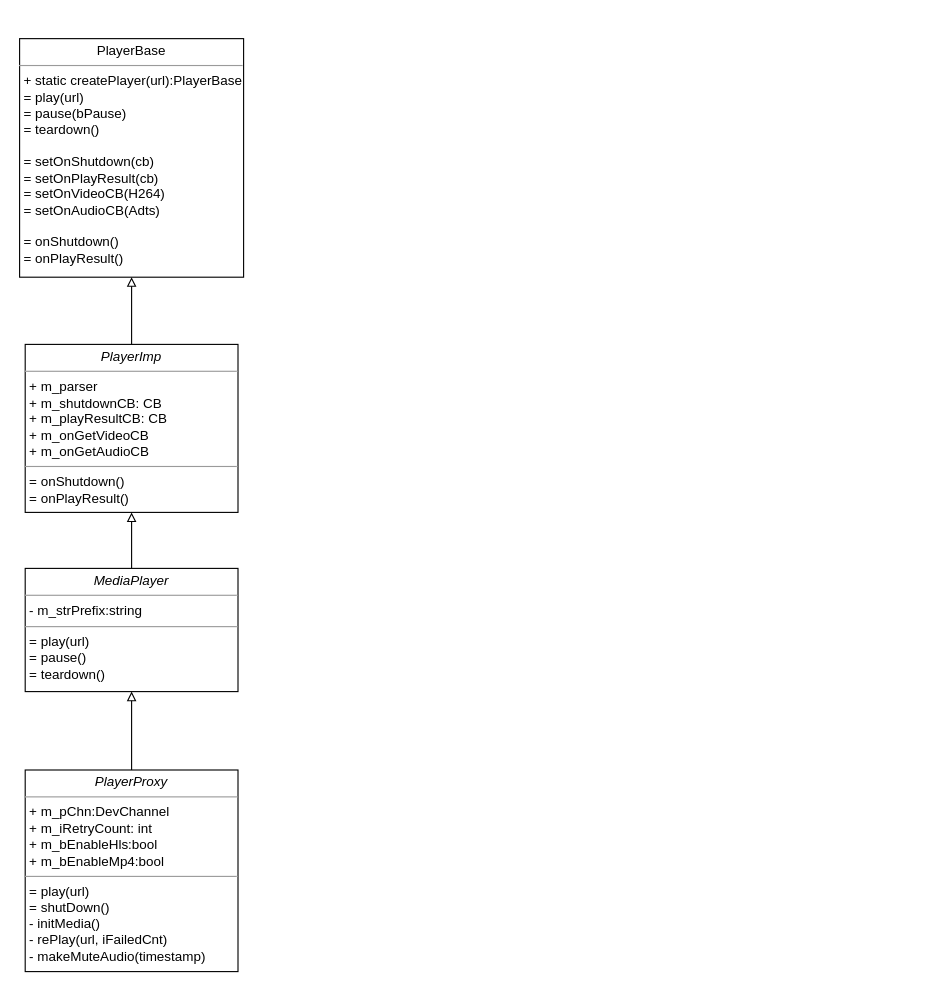
The draw.io diagram 未命名绘图.drawio in ZlatanWoody/study_alg, before the edit. Source tidied: cells renumbered, new cells numbered last; positions are measured from the earlier drawing's top-left corner, leaving out a move shared by most shapes. Both pictures are drawn from the tidied source at 112%, with x=0, y=0 at pixel (19, 38).
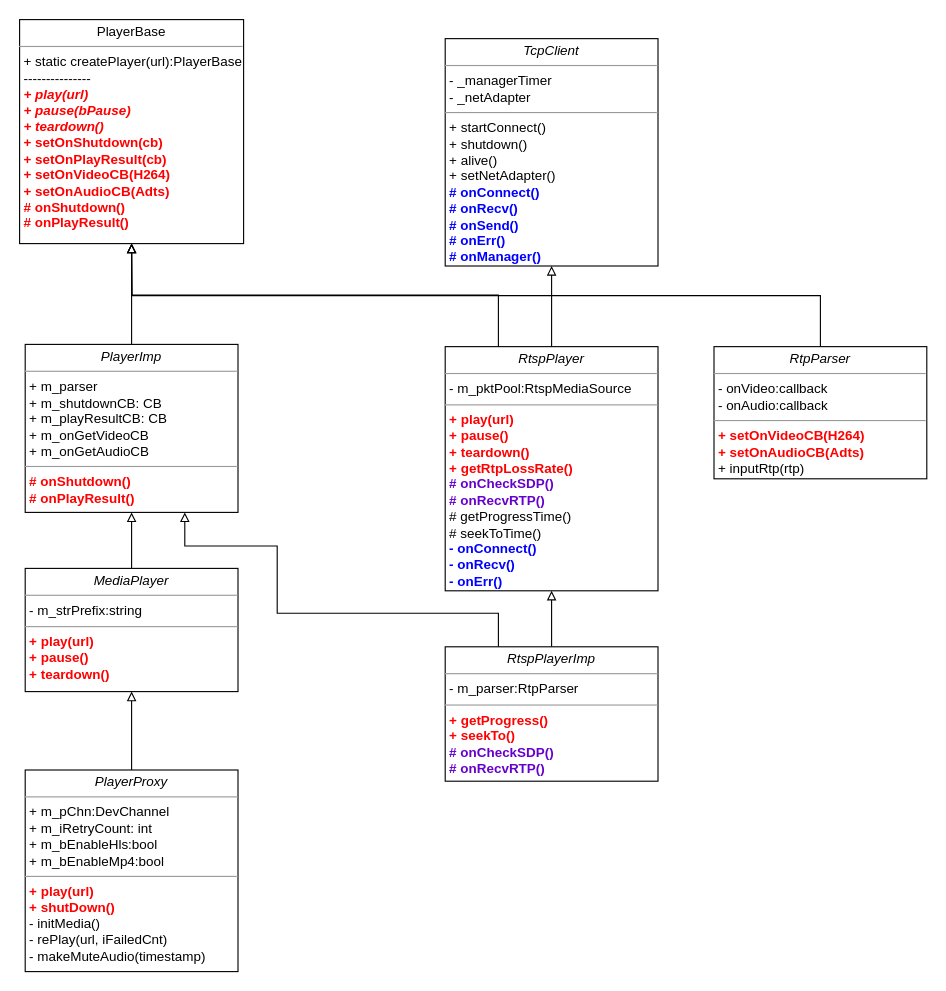
The same page after the edit.

Change to the diagram source:
```diff
@@
-    <mxCell id="2" value="&lt;p style=&quot;margin:0px;margin-top:4px;text-align:center;&quot;&gt;PlayerBase&lt;/p&gt;&lt;hr size=&quot;1&quot;&gt;&lt;p style=&quot;margin:0px;margin-left:4px;&quot;&gt;+ static createPlayer(url):PlayerBase&lt;/p&gt;&lt;p style=&quot;margin:0px;margin-left:4px;&quot;&gt;= play(url)&lt;br&gt;= pause(bPause)&lt;/p&gt;&lt;p style=&quot;margin:0px;margin-left:4px;&quot;&gt;= teardown()&lt;/p&gt;&lt;p style=&quot;margin:0px;margin-left:4px;&quot;&gt;&lt;br&gt;&lt;/p&gt;&lt;p style=&quot;margin:0px;margin-left:4px;&quot;&gt;= setOnShutdown(cb)&lt;/p&gt;&lt;p style=&quot;margin:0px;margin-left:4px;&quot;&gt;= setOnPlayResult(cb)&lt;/p&gt;&lt;p style=&quot;margin:0px;margin-left:4px;&quot;&gt;= setOnVideoCB(H264)&lt;/p&gt;&lt;p style=&quot;margin:0px;margin-left:4px;&quot;&gt;= setOnAudioCB(Adts)&lt;/p&gt;&lt;p style=&quot;margin:0px;margin-left:4px;&quot;&gt;&lt;br&gt;&lt;/p&gt;&lt;p style=&quot;margin:0px;margin-left:4px;&quot;&gt;= onShutdown()&lt;/p&gt;&lt;p style=&quot;margin:0px;margin-left:4px;&quot;&gt;= onPlayResult()&lt;/p&gt;&lt;p style=&quot;margin:0px;margin-left:4px;&quot;&gt;&lt;br&gt;&lt;/p&gt;" style="verticalAlign=top;align=left;overflow=fill;fontSize=12;fontFamily=Helvetica;html=1;rounded=0;shadow=0;comic=0;labelBackgroundColor=none;strokeWidth=1;" parent="1" vertex="1">
-      <mxGeometry width="200" height="213" as="geometry" />
+    <mxCell id="2" value="&lt;p style=&quot;margin:0px;margin-top:4px;text-align:center;&quot;&gt;PlayerBase&lt;/p&gt;&lt;hr size=&quot;1&quot;&gt;&lt;p style=&quot;margin:0px;margin-left:4px;&quot;&gt;+ static createPlayer(url):PlayerBase&lt;/p&gt;&lt;p style=&quot;margin:0px;margin-left:4px;&quot;&gt;---------------&lt;/p&gt;&lt;p style=&quot;margin:0px;margin-left:4px;&quot;&gt;&lt;i&gt;&lt;b&gt;&lt;font color=&quot;#ff0000&quot;&gt;+ play(url)&lt;br&gt;+ pause(bPause)&lt;/font&gt;&lt;/b&gt;&lt;/i&gt;&lt;/p&gt;&lt;p style=&quot;margin:0px;margin-left:4px;&quot;&gt;&lt;i&gt;&lt;b&gt;&lt;font color=&quot;#ff0000&quot;&gt;+ teardown()&lt;/font&gt;&lt;/b&gt;&lt;/i&gt;&lt;/p&gt;&lt;p style=&quot;margin:0px;margin-left:4px;&quot;&gt;&lt;b&gt;&lt;font color=&quot;#ff0000&quot;&gt;+ setOnShutdown(cb)&lt;/font&gt;&lt;/b&gt;&lt;/p&gt;&lt;p style=&quot;margin:0px;margin-left:4px;&quot;&gt;&lt;b&gt;&lt;font color=&quot;#ff0000&quot;&gt;+ setOnPlayResult(cb)&lt;/font&gt;&lt;/b&gt;&lt;/p&gt;&lt;p style=&quot;margin:0px;margin-left:4px;&quot;&gt;&lt;b&gt;&lt;font color=&quot;#ff0000&quot;&gt;+ setOnVideoCB(H264)&lt;/font&gt;&lt;/b&gt;&lt;/p&gt;&lt;p style=&quot;margin:0px;margin-left:4px;&quot;&gt;&lt;b&gt;&lt;font color=&quot;#ff0000&quot;&gt;+ setOnAudioCB(Adts)&lt;/font&gt;&lt;/b&gt;&lt;/p&gt;&lt;p style=&quot;margin:0px;margin-left:4px;&quot;&gt;&lt;b&gt;&lt;font color=&quot;#ff0000&quot;&gt;# onShutdown()&lt;/font&gt;&lt;/b&gt;&lt;/p&gt;&lt;p style=&quot;margin:0px;margin-left:4px;&quot;&gt;&lt;b&gt;&lt;font color=&quot;#ff0000&quot;&gt;# onPlayResult()&lt;/font&gt;&lt;/b&gt;&lt;/p&gt;&lt;p style=&quot;margin:0px;margin-left:4px;&quot;&gt;&lt;br&gt;&lt;/p&gt;" style="verticalAlign=top;align=left;overflow=fill;fontSize=12;fontFamily=Helvetica;html=1;rounded=0;shadow=0;comic=0;labelBackgroundColor=none;strokeWidth=1;" parent="1" vertex="1">
+      <mxGeometry y="-17" width="200" height="200" as="geometry" />
     </mxCell>
@@
-    <mxCell id="4" value="&lt;p style=&quot;margin:0px;margin-top:4px;text-align:center;&quot;&gt;&lt;i&gt;PlayerImp&lt;/i&gt;&lt;/p&gt;&lt;hr size=&quot;1&quot;&gt;&lt;p style=&quot;margin:0px;margin-left:4px;&quot;&gt;+ m_parser&lt;/p&gt;&lt;p style=&quot;margin:0px;margin-left:4px;&quot;&gt;+ m_shutdownCB: CB&lt;br&gt;+ m_playResultCB: CB&lt;/p&gt;&lt;p style=&quot;margin:0px;margin-left:4px;&quot;&gt;+ m_onGetVideoCB&lt;/p&gt;&lt;p style=&quot;margin:0px;margin-left:4px;&quot;&gt;+ m_onGetAudioCB&lt;/p&gt;&lt;hr size=&quot;1&quot;&gt;&lt;p style=&quot;border-color: var(--border-color); margin: 0px 0px 0px 4px;&quot;&gt;= onShutdown()&lt;/p&gt;&lt;p style=&quot;border-color: var(--border-color); margin: 0px 0px 0px 4px;&quot;&gt;= onPlayResult()&lt;/p&gt;" style="verticalAlign=top;align=left;overflow=fill;fontSize=12;fontFamily=Helvetica;html=1;rounded=0;shadow=0;comic=0;labelBackgroundColor=none;strokeWidth=1;" parent="1" vertex="1">
+    <mxCell id="4" value="&lt;p style=&quot;margin:0px;margin-top:4px;text-align:center;&quot;&gt;&lt;i&gt;PlayerImp&lt;/i&gt;&lt;/p&gt;&lt;hr size=&quot;1&quot;&gt;&lt;p style=&quot;margin:0px;margin-left:4px;&quot;&gt;+ m_parser&lt;/p&gt;&lt;p style=&quot;margin:0px;margin-left:4px;&quot;&gt;+ m_shutdownCB: CB&lt;br&gt;+ m_playResultCB: CB&lt;/p&gt;&lt;p style=&quot;margin:0px;margin-left:4px;&quot;&gt;+ m_onGetVideoCB&lt;/p&gt;&lt;p style=&quot;margin:0px;margin-left:4px;&quot;&gt;+ m_onGetAudioCB&lt;/p&gt;&lt;hr size=&quot;1&quot;&gt;&lt;p style=&quot;border-color: var(--border-color); margin: 0px 0px 0px 4px;&quot;&gt;&lt;b&gt;&lt;font color=&quot;#ff0000&quot;&gt;# onShutdown()&lt;/font&gt;&lt;/b&gt;&lt;/p&gt;&lt;p style=&quot;border-color: var(--border-color); margin: 0px 0px 0px 4px;&quot;&gt;&lt;b&gt;&lt;font color=&quot;#ff0000&quot;&gt;# onPlayResult()&lt;/font&gt;&lt;/b&gt;&lt;/p&gt;" style="verticalAlign=top;align=left;overflow=fill;fontSize=12;fontFamily=Helvetica;html=1;rounded=0;shadow=0;comic=0;labelBackgroundColor=none;strokeWidth=1;" parent="1" vertex="1">
       <mxGeometry x="5" y="273" width="190" height="150" as="geometry" />
     </mxCell>
@@
-    <mxCell id="6" value="&lt;p style=&quot;margin:0px;margin-top:4px;text-align:center;&quot;&gt;&lt;i&gt;MediaPlayer&lt;/i&gt;&lt;/p&gt;&lt;hr size=&quot;1&quot;&gt;&lt;p style=&quot;margin:0px;margin-left:4px;&quot;&gt;- m_strPrefix:string&lt;/p&gt;&lt;hr size=&quot;1&quot;&gt;&lt;p style=&quot;border-color: var(--border-color); margin: 0px 0px 0px 4px;&quot;&gt;= play(url)&lt;/p&gt;&lt;p style=&quot;border-color: var(--border-color); margin: 0px 0px 0px 4px;&quot;&gt;= pause()&lt;/p&gt;&lt;p style=&quot;border-color: var(--border-color); margin: 0px 0px 0px 4px;&quot;&gt;= teardown()&lt;/p&gt;" style="verticalAlign=top;align=left;overflow=fill;fontSize=12;fontFamily=Helvetica;html=1;rounded=0;shadow=0;comic=0;labelBackgroundColor=none;strokeWidth=1;" parent="1" vertex="1">
+    <mxCell id="6" value="&lt;p style=&quot;margin:0px;margin-top:4px;text-align:center;&quot;&gt;&lt;i&gt;MediaPlayer&lt;/i&gt;&lt;/p&gt;&lt;hr size=&quot;1&quot;&gt;&lt;p style=&quot;margin:0px;margin-left:4px;&quot;&gt;- m_strPrefix:string&lt;/p&gt;&lt;hr size=&quot;1&quot;&gt;&lt;p style=&quot;border-color: var(--border-color); margin: 0px 0px 0px 4px;&quot;&gt;&lt;b&gt;&lt;font color=&quot;#ff0000&quot;&gt;+ play(url)&lt;/font&gt;&lt;/b&gt;&lt;/p&gt;&lt;p style=&quot;border-color: var(--border-color); margin: 0px 0px 0px 4px;&quot;&gt;&lt;b&gt;&lt;font color=&quot;#ff0000&quot;&gt;+ pause()&lt;/font&gt;&lt;/b&gt;&lt;/p&gt;&lt;p style=&quot;border-color: var(--border-color); margin: 0px 0px 0px 4px;&quot;&gt;&lt;b&gt;&lt;font color=&quot;#ff0000&quot;&gt;+ teardown()&lt;/font&gt;&lt;/b&gt;&lt;/p&gt;" style="verticalAlign=top;align=left;overflow=fill;fontSize=12;fontFamily=Helvetica;html=1;rounded=0;shadow=0;comic=0;labelBackgroundColor=none;strokeWidth=1;" parent="1" vertex="1">
       <mxGeometry x="5" y="473" width="190" height="110" as="geometry" />
     </mxCell>
@@
-    <mxCell id="8" value="&lt;p style=&quot;margin:0px;margin-top:4px;text-align:center;&quot;&gt;&lt;i&gt;PlayerProxy&lt;/i&gt;&lt;/p&gt;&lt;hr size=&quot;1&quot;&gt;&lt;p style=&quot;margin:0px;margin-left:4px;&quot;&gt;+ m_pChn:DevChannel&lt;/p&gt;&lt;p style=&quot;margin:0px;margin-left:4px;&quot;&gt;+ m_iRetryCount: int&lt;br&gt;+ m_bEnableHls:bool&lt;/p&gt;&lt;p style=&quot;margin:0px;margin-left:4px;&quot;&gt;+ m_bEnableMp4:bool&lt;/p&gt;&lt;hr size=&quot;1&quot;&gt;&lt;p style=&quot;border-color: var(--border-color); margin: 0px 0px 0px 4px;&quot;&gt;= play(url)&lt;/p&gt;&lt;p style=&quot;border-color: var(--border-color); margin: 0px 0px 0px 4px;&quot;&gt;= shutDown()&lt;/p&gt;&lt;p style=&quot;border-color: var(--border-color); margin: 0px 0px 0px 4px;&quot;&gt;- initMedia()&lt;/p&gt;&lt;p style=&quot;border-color: var(--border-color); margin: 0px 0px 0px 4px;&quot;&gt;- rePlay(url, iFailedCnt)&lt;/p&gt;&lt;p style=&quot;border-color: var(--border-color); margin: 0px 0px 0px 4px;&quot;&gt;- makeMuteAudio(timestamp)&lt;/p&gt;" style="verticalAlign=top;align=left;overflow=fill;fontSize=12;fontFamily=Helvetica;html=1;rounded=0;shadow=0;comic=0;labelBackgroundColor=none;strokeWidth=1;" parent="1" vertex="1">
+    <mxCell id="8" value="&lt;p style=&quot;margin:0px;margin-top:4px;text-align:center;&quot;&gt;&lt;i&gt;PlayerProxy&lt;/i&gt;&lt;/p&gt;&lt;hr size=&quot;1&quot;&gt;&lt;p style=&quot;margin:0px;margin-left:4px;&quot;&gt;+ m_pChn:DevChannel&lt;/p&gt;&lt;p style=&quot;margin:0px;margin-left:4px;&quot;&gt;+ m_iRetryCount: int&lt;br&gt;+ m_bEnableHls:bool&lt;/p&gt;&lt;p style=&quot;margin:0px;margin-left:4px;&quot;&gt;+ m_bEnableMp4:bool&lt;/p&gt;&lt;hr size=&quot;1&quot;&gt;&lt;p style=&quot;border-color: var(--border-color); margin: 0px 0px 0px 4px;&quot;&gt;&lt;b&gt;&lt;font color=&quot;#ff0000&quot;&gt;+ play(url)&lt;/font&gt;&lt;/b&gt;&lt;/p&gt;&lt;p style=&quot;border-color: var(--border-color); margin: 0px 0px 0px 4px;&quot;&gt;&lt;b&gt;&lt;font color=&quot;#ff0000&quot;&gt;+ shutDown()&lt;/font&gt;&lt;/b&gt;&lt;/p&gt;&lt;p style=&quot;border-color: var(--border-color); margin: 0px 0px 0px 4px;&quot;&gt;- initMedia()&lt;/p&gt;&lt;p style=&quot;border-color: var(--border-color); margin: 0px 0px 0px 4px;&quot;&gt;- rePlay(url, iFailedCnt)&lt;/p&gt;&lt;p style=&quot;border-color: var(--border-color); margin: 0px 0px 0px 4px;&quot;&gt;- makeMuteAudio(timestamp)&lt;/p&gt;" style="verticalAlign=top;align=left;overflow=fill;fontSize=12;fontFamily=Helvetica;html=1;rounded=0;shadow=0;comic=0;labelBackgroundColor=none;strokeWidth=1;" parent="1" vertex="1">
       <mxGeometry x="5" y="653" width="190" height="180" as="geometry" />
     </mxCell>
+    <mxCell id="9" value="&lt;p style=&quot;margin:0px;margin-top:4px;text-align:center;&quot;&gt;&lt;i&gt;TcpClient&lt;/i&gt;&lt;/p&gt;&lt;hr size=&quot;1&quot;&gt;&lt;p style=&quot;margin:0px;margin-left:4px;&quot;&gt;- _managerTimer&lt;/p&gt;&lt;p style=&quot;margin:0px;margin-left:4px;&quot;&gt;- _netAdapter&lt;br&gt;&lt;/p&gt;&lt;hr size=&quot;1&quot;&gt;&lt;p style=&quot;border-color: var(--border-color); margin: 0px 0px 0px 4px;&quot;&gt;+ startConnect()&lt;/p&gt;&lt;p style=&quot;border-color: var(--border-color); margin: 0px 0px 0px 4px;&quot;&gt;+ shutdown()&lt;/p&gt;&lt;p style=&quot;border-color: var(--border-color); margin: 0px 0px 0px 4px;&quot;&gt;+ alive()&lt;/p&gt;&lt;p style=&quot;border-color: var(--border-color); margin: 0px 0px 0px 4px;&quot;&gt;+ setNetAdapter()&lt;/p&gt;&lt;p style=&quot;border-color: var(--border-color); margin: 0px 0px 0px 4px;&quot;&gt;&lt;b style=&quot;background-color: initial;&quot;&gt;&lt;font color=&quot;#0000ff&quot;&gt;# onConnect()&lt;/font&gt;&lt;/b&gt;&lt;br&gt;&lt;/p&gt;&lt;p style=&quot;border-color: var(--border-color); margin: 0px 0px 0px 4px;&quot;&gt;&lt;b&gt;&lt;font color=&quot;#0000ff&quot;&gt;# onRecv()&lt;/font&gt;&lt;/b&gt;&lt;/p&gt;&lt;p style=&quot;border-color: var(--border-color); margin: 0px 0px 0px 4px;&quot;&gt;&lt;b&gt;&lt;font color=&quot;#0000ff&quot;&gt;# onSend()&lt;/font&gt;&lt;/b&gt;&lt;/p&gt;&lt;p style=&quot;border-color: var(--border-color); margin: 0px 0px 0px 4px;&quot;&gt;&lt;b&gt;&lt;font color=&quot;#0000ff&quot;&gt;# onErr()&lt;/font&gt;&lt;/b&gt;&lt;/p&gt;&lt;p style=&quot;border-color: var(--border-color); margin: 0px 0px 0px 4px;&quot;&gt;&lt;b&gt;&lt;font color=&quot;#0000ff&quot;&gt;# onManager()&lt;/font&gt;&lt;/b&gt;&lt;/p&gt;" style="verticalAlign=top;align=left;overflow=fill;fontSize=12;fontFamily=Helvetica;html=1;rounded=0;shadow=0;comic=0;labelBackgroundColor=none;strokeWidth=1;" parent="1" vertex="1">
+      <mxGeometry x="380" width="190" height="203" as="geometry" />
+    </mxCell>
+    <mxCell id="10" style="edgeStyle=orthogonalEdgeStyle;rounded=0;jettySize=auto;html=1;endArrow=block;endFill=0;" parent="1" edge="1" source="12" target="9">
+      <mxGeometry relative="1" as="geometry" />
+    </mxCell>
+    <mxCell id="11" style="edgeStyle=orthogonalEdgeStyle;rounded=0;jettySize=auto;html=1;exitX=0.25;exitY=0;exitDx=0;exitDy=0;endArrow=block;endFill=0;entryX=0.5;entryY=1;entryDx=0;entryDy=0;" parent="1" edge="1" source="12" target="2">
+      <mxGeometry relative="1" as="geometry" />
+    </mxCell>
+    <mxCell id="12" value="&lt;p style=&quot;margin:0px;margin-top:4px;text-align:center;&quot;&gt;&lt;i&gt;RtspPlayer&lt;/i&gt;&lt;/p&gt;&lt;hr size=&quot;1&quot;&gt;&lt;p style=&quot;margin:0px;margin-left:4px;&quot;&gt;- m_pktPool:RtspMediaSource&lt;/p&gt;&lt;hr size=&quot;1&quot;&gt;&lt;p style=&quot;border-color: var(--border-color); margin: 0px 0px 0px 4px;&quot;&gt;&lt;b style=&quot;border-color: var(--border-color);&quot;&gt;&lt;font style=&quot;border-color: var(--border-color);&quot; color=&quot;#ff0000&quot;&gt;+ play(url)&lt;/font&gt;&lt;/b&gt;&lt;/p&gt;&lt;p style=&quot;border-color: var(--border-color); margin: 0px 0px 0px 4px;&quot;&gt;&lt;b style=&quot;border-color: var(--border-color);&quot;&gt;&lt;font style=&quot;border-color: var(--border-color);&quot; color=&quot;#ff0000&quot;&gt;+ pause()&lt;/font&gt;&lt;/b&gt;&lt;/p&gt;&lt;p style=&quot;border-color: var(--border-color); margin: 0px 0px 0px 4px;&quot;&gt;&lt;b style=&quot;border-color: var(--border-color);&quot;&gt;&lt;font style=&quot;border-color: var(--border-color);&quot; color=&quot;#ff0000&quot;&gt;+ teardown()&lt;/font&gt;&lt;/b&gt;&lt;/p&gt;&lt;p style=&quot;border-color: var(--border-color); margin: 0px 0px 0px 4px;&quot;&gt;&lt;b style=&quot;border-color: var(--border-color);&quot;&gt;&lt;font style=&quot;border-color: var(--border-color);&quot; color=&quot;#ff0000&quot;&gt;+ getRtpLossRate()&lt;/font&gt;&lt;/b&gt;&lt;/p&gt;&lt;p style=&quot;border-color: var(--border-color); margin: 0px 0px 0px 4px;&quot;&gt;&lt;font color=&quot;#6600cc&quot;&gt;&lt;b&gt;# onCheckSDP()&lt;/b&gt;&lt;/font&gt;&lt;/p&gt;&lt;p style=&quot;border-color: var(--border-color); margin: 0px 0px 0px 4px;&quot;&gt;&lt;font color=&quot;#6600cc&quot;&gt;&lt;b&gt;# onRecvRTP()&lt;/b&gt;&lt;/font&gt;&lt;/p&gt;&lt;p style=&quot;border-color: var(--border-color); margin: 0px 0px 0px 4px;&quot;&gt;# getProgressTime()&lt;/p&gt;&lt;p style=&quot;border-color: var(--border-color); margin: 0px 0px 0px 4px;&quot;&gt;# seekToTime()&lt;/p&gt;&lt;p style=&quot;border-color: var(--border-color); margin: 0px 0px 0px 4px;&quot;&gt;&lt;b style=&quot;border-color: var(--border-color); background-color: initial;&quot;&gt;&lt;font style=&quot;border-color: var(--border-color);&quot; color=&quot;#0000ff&quot;&gt;- onConnect()&lt;/font&gt;&lt;/b&gt;&lt;br style=&quot;border-color: var(--border-color);&quot;&gt;&lt;/p&gt;&lt;p style=&quot;border-color: var(--border-color); margin: 0px 0px 0px 4px;&quot;&gt;&lt;b style=&quot;border-color: var(--border-color);&quot;&gt;&lt;font style=&quot;border-color: var(--border-color);&quot; color=&quot;#0000ff&quot;&gt;- onRecv()&lt;/font&gt;&lt;/b&gt;&lt;/p&gt;&lt;p style=&quot;border-color: var(--border-color); margin: 0px 0px 0px 4px;&quot;&gt;&lt;b style=&quot;border-color: var(--border-color);&quot;&gt;&lt;font style=&quot;border-color: var(--border-color);&quot; color=&quot;#0000ff&quot;&gt;- onErr()&lt;/font&gt;&lt;/b&gt;&lt;/p&gt;" style="verticalAlign=top;align=left;overflow=fill;fontSize=12;fontFamily=Helvetica;html=1;rounded=0;shadow=0;comic=0;labelBackgroundColor=none;strokeWidth=1;" parent="1" vertex="1">
+      <mxGeometry x="380" y="275" width="190" height="218" as="geometry" />
+    </mxCell>
+    <mxCell id="13" style="edgeStyle=orthogonalEdgeStyle;rounded=0;jettySize=auto;html=1;exitX=0.5;exitY=0;exitDx=0;exitDy=0;fontColor=#6600CC;endArrow=block;endFill=0;" parent="1" edge="1" source="14">
+      <mxGeometry relative="1" as="geometry">
+        <mxPoint x="100" y="183" as="targetPoint" />
+      </mxGeometry>
+    </mxCell>
+    <mxCell id="14" value="&lt;p style=&quot;margin:0px;margin-top:4px;text-align:center;&quot;&gt;&lt;i&gt;RtpParser&lt;/i&gt;&lt;/p&gt;&lt;hr size=&quot;1&quot;&gt;&lt;p style=&quot;margin:0px;margin-left:4px;&quot;&gt;- onVideo:callback&lt;/p&gt;&lt;p style=&quot;margin:0px;margin-left:4px;&quot;&gt;- onAudio:callback&lt;/p&gt;&lt;hr size=&quot;1&quot;&gt;&lt;p style=&quot;border-color: var(--border-color); margin: 0px 0px 0px 4px;&quot;&gt;&lt;b style=&quot;border-color: var(--border-color);&quot;&gt;&lt;font style=&quot;border-color: var(--border-color);&quot; color=&quot;#ff0000&quot;&gt;+ setOnVideoCB(H264)&lt;/font&gt;&lt;/b&gt;&lt;/p&gt;&lt;p style=&quot;border-color: var(--border-color); margin: 0px 0px 0px 4px;&quot;&gt;&lt;b style=&quot;border-color: var(--border-color);&quot;&gt;&lt;font style=&quot;border-color: var(--border-color);&quot; color=&quot;#ff0000&quot;&gt;+ setOnAudioCB(Adts)&lt;/font&gt;&lt;/b&gt;&lt;/p&gt;&lt;p style=&quot;border-color: var(--border-color); margin: 0px 0px 0px 4px;&quot;&gt;+ inputRtp(rtp)&lt;br&gt;&lt;/p&gt;" style="verticalAlign=top;align=left;overflow=fill;fontSize=12;fontFamily=Helvetica;html=1;rounded=0;shadow=0;comic=0;labelBackgroundColor=none;strokeWidth=1;" parent="1" vertex="1">
+      <mxGeometry x="620" y="275" width="190" height="118" as="geometry" />
+    </mxCell>
+    <mxCell id="15" style="edgeStyle=orthogonalEdgeStyle;rounded=0;jettySize=auto;html=1;fontColor=#6600CC;endArrow=block;endFill=0;" parent="1" edge="1" source="17" target="12">
+      <mxGeometry relative="1" as="geometry" />
+    </mxCell>
+    <mxCell id="16" style="edgeStyle=orthogonalEdgeStyle;rounded=0;jettySize=auto;html=1;exitX=0.25;exitY=0;exitDx=0;exitDy=0;fontColor=#6600CC;endArrow=block;endFill=0;entryX=0.75;entryY=1;entryDx=0;entryDy=0;" parent="1" edge="1" source="17" target="4">
+      <mxGeometry relative="1" as="geometry">
+        <Array as="points">
+          <mxPoint x="428" y="513" />
+          <mxPoint x="230" y="513" />
+          <mxPoint x="230" y="453" />
+          <mxPoint x="148" y="453" />
+        </Array>
+      </mxGeometry>
+    </mxCell>
+    <mxCell id="17" value="&lt;p style=&quot;margin:0px;margin-top:4px;text-align:center;&quot;&gt;&lt;i&gt;RtspPlayerImp&lt;/i&gt;&lt;/p&gt;&lt;hr size=&quot;1&quot;&gt;&lt;p style=&quot;margin:0px;margin-left:4px;&quot;&gt;- m_parser:RtpParser&lt;/p&gt;&lt;hr size=&quot;1&quot;&gt;&lt;p style=&quot;border-color: var(--border-color); margin: 0px 0px 0px 4px;&quot;&gt;&lt;b style=&quot;border-color: var(--border-color);&quot;&gt;&lt;font style=&quot;border-color: var(--border-color);&quot; color=&quot;#ff0000&quot;&gt;+ getProgress()&lt;/font&gt;&lt;/b&gt;&lt;/p&gt;&lt;p style=&quot;border-color: var(--border-color); margin: 0px 0px 0px 4px;&quot;&gt;&lt;b style=&quot;border-color: var(--border-color);&quot;&gt;&lt;font style=&quot;border-color: var(--border-color);&quot; color=&quot;#ff0000&quot;&gt;+ seekTo()&lt;/font&gt;&lt;/b&gt;&lt;/p&gt;&lt;p style=&quot;border-color: var(--border-color); margin: 0px 0px 0px 4px;&quot;&gt;&lt;font color=&quot;#6600cc&quot;&gt;&lt;b&gt;# onCheckSDP()&lt;/b&gt;&lt;/font&gt;&lt;/p&gt;&lt;p style=&quot;border-color: var(--border-color); margin: 0px 0px 0px 4px;&quot;&gt;&lt;font color=&quot;#6600cc&quot;&gt;&lt;b&gt;# onRecvRTP()&lt;/b&gt;&lt;/font&gt;&lt;/p&gt;&lt;p style=&quot;border-color: var(--border-color); margin: 0px 0px 0px 4px;&quot;&gt;&lt;br&gt;&lt;/p&gt;" style="verticalAlign=top;align=left;overflow=fill;fontSize=12;fontFamily=Helvetica;html=1;rounded=0;shadow=0;comic=0;labelBackgroundColor=none;strokeWidth=1;" parent="1" vertex="1">
+      <mxGeometry x="380" y="543" width="190" height="120" as="geometry" />
+    </mxCell>
```
